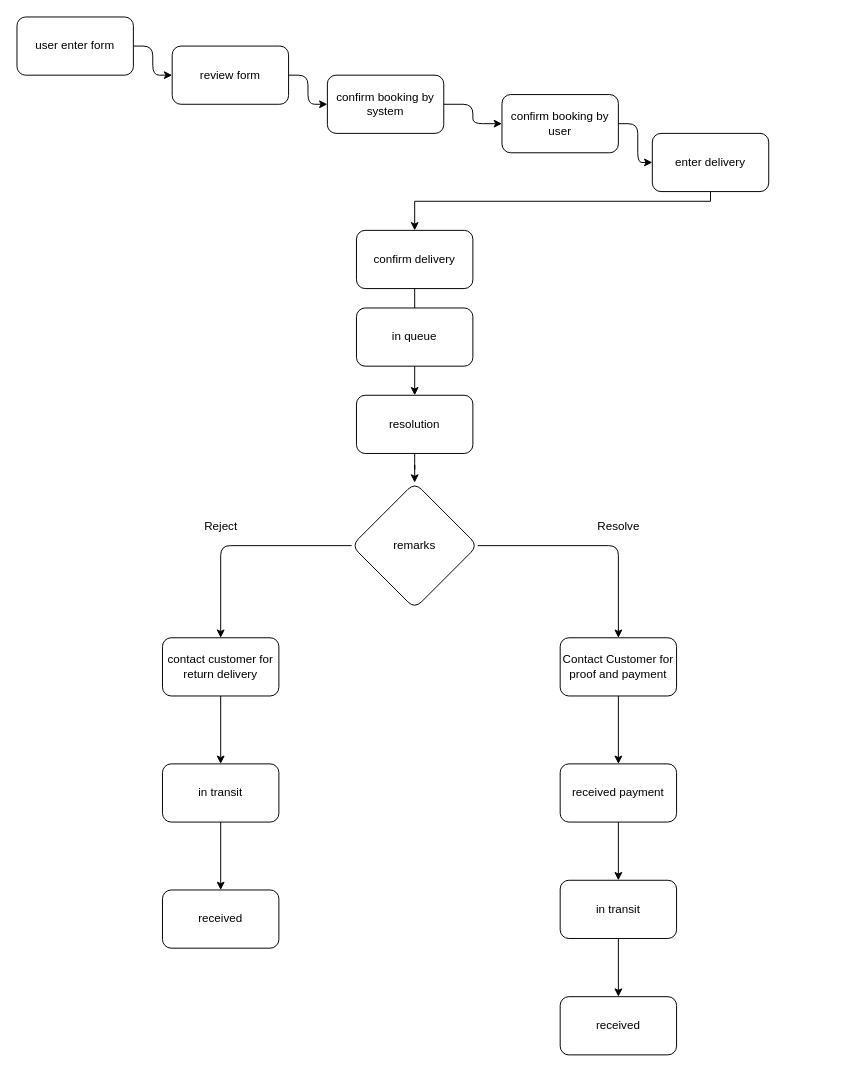
Above: customer_journey.drawio in AbdullahSafwan/gpu_saviors-be (draw.io), before the change. Source tidied: cells renumbered, new cells numbered last; positions are measured from the earlier drawing's top-left corner, leaving out a move shared by most shapes. Both pictures are drawn from the tidied source at 97%, with x=0, y=0 at pixel (16, 16).
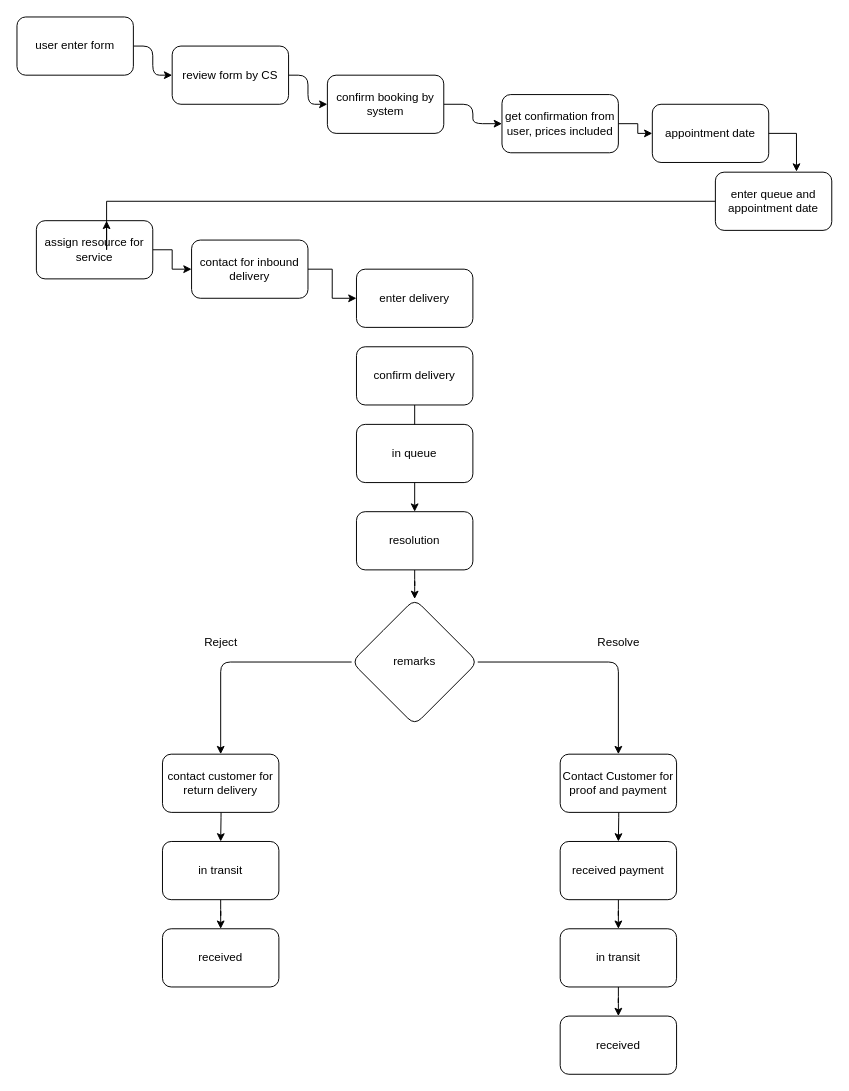
The same page after the edit.

Commit message:
updates flow diagram

Change to the diagram source:
```diff
@@
-    <mxCell id="5" value="review form" style="rounded=1;whiteSpace=wrap;html=1;labelBackgroundColor=none;" parent="1" vertex="1">
+    <mxCell id="5" value="review form by CS" style="rounded=1;whiteSpace=wrap;html=1;labelBackgroundColor=none;" parent="1" vertex="1">
       <mxGeometry x="160" y="30" width="120" height="60" as="geometry" />
     </mxCell>
@@
-    <mxCell id="8" style="edgeStyle=orthogonalEdgeStyle;rounded=1;jettySize=auto;html=1;labelBackgroundColor=none;fontColor=default;" parent="1" edge="1" source="9" target="11">
-      <mxGeometry relative="1" as="geometry" />
-    </mxCell>
+    <mxCell id="34" style="edgeStyle=orthogonalEdgeStyle;rounded=0;jettySize=auto;html=1;entryX=0;entryY=0.5;entryDx=0;entryDy=0;" parent="1" edge="1" source="9" target="36">
+      <mxGeometry relative="1" as="geometry" />
+    </mxCell>
-    <mxCell id="9" value="confirm booking by user" style="rounded=1;whiteSpace=wrap;html=1;labelBackgroundColor=none;" parent="1" vertex="1">
+    <mxCell id="9" value="get confirmation from user, prices included" style="rounded=1;whiteSpace=wrap;html=1;labelBackgroundColor=none;" parent="1" vertex="1">
       <mxGeometry x="500" y="80" width="120" height="60" as="geometry" />
     </mxCell>
-    <mxCell id="10" style="edgeStyle=orthogonalEdgeStyle;rounded=0;jettySize=auto;html=1;entryX=0.5;entryY=0;entryDx=0;entryDy=0;" parent="1" edge="1" source="11" target="13">
-      <mxGeometry relative="1" as="geometry">
-        <Array as="points">
-          <mxPoint x="715" y="190" />
-          <mxPoint x="410" y="190" />
-        </Array>
-      </mxGeometry>
-    </mxCell>
+    <mxCell id="35" style="edgeStyle=orthogonalEdgeStyle;rounded=0;jettySize=auto;html=1;" parent="1" edge="1" source="11" target="41">
+      <mxGeometry relative="1" as="geometry" />
+    </mxCell>
-    <mxCell id="11" value="enter delivery" style="rounded=1;whiteSpace=wrap;html=1;labelBackgroundColor=none;" parent="1" vertex="1">
-      <mxGeometry x="655" y="120" width="120" height="60" as="geometry" />
+    <mxCell id="11" value="contact for inbound delivery" style="rounded=1;whiteSpace=wrap;html=1;labelBackgroundColor=none;" parent="1" vertex="1">
+      <mxGeometry x="180" y="230" width="120" height="60" as="geometry" />
     </mxCell>
@@
     <mxCell id="13" value="confirm delivery" style="rounded=1;whiteSpace=wrap;html=1;labelBackgroundColor=none;" parent="1" vertex="1">
-      <mxGeometry x="350" y="220" width="120" height="60" as="geometry" />
+      <mxGeometry x="350" y="340" width="120" height="60" as="geometry" />
     </mxCell>
@@
     <mxCell id="15" value="resolution" style="rounded=1;whiteSpace=wrap;html=1;labelBackgroundColor=none;" parent="1" vertex="1">
-      <mxGeometry x="350" y="390" width="120" height="60" as="geometry" />
+      <mxGeometry x="350" y="510" width="120" height="60" as="geometry" />
     </mxCell>
-    <mxCell id="16" style="edgeStyle=orthogonalEdgeStyle;rounded=1;jettySize=auto;html=1;labelBackgroundColor=none;fontColor=default;" parent="1" edge="1" source="17" target="26">
-      <mxGeometry relative="1" as="geometry" />
+    <mxCell id="16" style="edgeStyle=orthogonalEdgeStyle;rounded=1;jettySize=auto;html=1;labelBackgroundColor=none;fontColor=default;" parent="1" edge="1" target="26">
+      <mxGeometry relative="1" as="geometry">
+        <mxPoint x="210" y="780" as="sourcePoint" />
+      </mxGeometry>
     </mxCell>
     <mxCell id="17" value="contact customer for return delivery" style="rounded=1;whiteSpace=wrap;html=1;labelBackgroundColor=none;" parent="1" vertex="1">
-      <mxGeometry x="150" y="640" width="120" height="60" as="geometry" />
+      <mxGeometry x="150" y="760" width="120" height="60" as="geometry" />
     </mxCell>
     <mxCell id="18" style="edgeStyle=orthogonalEdgeStyle;rounded=1;jettySize=auto;html=1;entryX=0.5;entryY=0;entryDx=0;entryDy=0;exitX=0;exitY=0.5;exitDx=0;exitDy=0;labelBackgroundColor=none;fontColor=default;" parent="1" edge="1" source="20" target="17">
       <mxGeometry relative="1" as="geometry">
         <Array as="points">
-          <mxPoint x="210" y="545" />
+          <mxPoint x="210" y="665" />
         </Array>
       </mxGeometry>
     </mxCell>
@@
     <mxCell id="20" value="remarks" style="rhombus;whiteSpace=wrap;html=1;labelBackgroundColor=none;rounded=1;" parent="1" vertex="1">
-      <mxGeometry x="345" y="480" width="130" height="130" as="geometry" />
+      <mxGeometry x="345" y="600" width="130" height="130" as="geometry" />
     </mxCell>
-    <mxCell id="21" style="edgeStyle=orthogonalEdgeStyle;rounded=1;jettySize=auto;html=1;labelBackgroundColor=none;fontColor=default;" parent="1" edge="1" source="22" target="29">
-      <mxGeometry relative="1" as="geometry" />
+    <mxCell id="21" style="edgeStyle=orthogonalEdgeStyle;rounded=1;jettySize=auto;html=1;labelBackgroundColor=none;fontColor=default;" parent="1" edge="1" target="29">
+      <mxGeometry relative="1" as="geometry">
+        <mxPoint x="620" y="780" as="sourcePoint" />
+      </mxGeometry>
     </mxCell>
     <mxCell id="22" value="Contact Customer for proof and payment" style="rounded=1;whiteSpace=wrap;html=1;labelBackgroundColor=none;" parent="1" vertex="1">
-      <mxGeometry x="560" y="640" width="120" height="60" as="geometry" />
+      <mxGeometry x="560" y="760" width="120" height="60" as="geometry" />
     </mxCell>
     <mxCell id="23" value="Reject" style="text;html=1;align=center;verticalAlign=middle;strokeColor=none;fillColor=none;labelBackgroundColor=none;rounded=1;" parent="1" vertex="1">
-      <mxGeometry x="180" y="510" width="60" height="30" as="geometry" />
+      <mxGeometry x="180" y="630" width="60" height="30" as="geometry" />
     </mxCell>
     <mxCell id="24" value="Resolve" style="text;html=1;align=center;verticalAlign=middle;strokeColor=none;fillColor=none;labelBackgroundColor=none;rounded=1;" parent="1" vertex="1">
-      <mxGeometry x="585" y="510" width="70" height="30" as="geometry" />
+      <mxGeometry x="585" y="630" width="70" height="30" as="geometry" />
     </mxCell>
@@
     <mxCell id="26" value="in transit" style="rounded=1;whiteSpace=wrap;html=1;labelBackgroundColor=none;" parent="1" vertex="1">
-      <mxGeometry x="150" y="770" width="120" height="60" as="geometry" />
+      <mxGeometry x="150" y="850" width="120" height="60" as="geometry" />
     </mxCell>
     <mxCell id="27" value="received" style="rounded=1;whiteSpace=wrap;html=1;labelBackgroundColor=none;" parent="1" vertex="1">
-      <mxGeometry x="150" y="900" width="120" height="60" as="geometry" />
+      <mxGeometry x="150" y="940" width="120" height="60" as="geometry" />
     </mxCell>
@@
     <mxCell id="29" value="received payment" style="rounded=1;whiteSpace=wrap;html=1;labelBackgroundColor=none;" parent="1" vertex="1">
-      <mxGeometry x="560" y="770" width="120" height="60" as="geometry" />
+      <mxGeometry x="560" y="850" width="120" height="60" as="geometry" />
     </mxCell>
@@
     <mxCell id="31" value="in transit" style="rounded=1;whiteSpace=wrap;html=1;labelBackgroundColor=none;" parent="1" vertex="1">
-      <mxGeometry x="560" y="890" width="120" height="60" as="geometry" />
+      <mxGeometry x="560" y="940" width="120" height="60" as="geometry" />
     </mxCell>
     <mxCell id="32" value="received" style="rounded=1;whiteSpace=wrap;html=1;labelBackgroundColor=none;" parent="1" vertex="1">
-      <mxGeometry x="560" y="1010" width="120" height="60" as="geometry" />
+      <mxGeometry x="560" y="1030" width="120" height="60" as="geometry" />
     </mxCell>
     <mxCell id="33" value="in queue" style="rounded=1;whiteSpace=wrap;html=1;labelBackgroundColor=none;" parent="1" vertex="1">
-      <mxGeometry x="350" y="300" width="120" height="60" as="geometry" />
+      <mxGeometry x="350" y="420" width="120" height="60" as="geometry" />
     </mxCell>
+    <mxCell id="36" value="appointment date" style="rounded=1;whiteSpace=wrap;html=1;labelBackgroundColor=none;" parent="1" vertex="1">
+      <mxGeometry x="655" y="90" width="120" height="60" as="geometry" />
+    </mxCell>
+    <mxCell id="37" value="enter queue and appoi&lt;span style=&quot;background-color: initial;&quot;&gt;ntment date&lt;/span&gt;" style="rounded=1;whiteSpace=wrap;html=1;labelBackgroundColor=none;" parent="1" vertex="1">
+      <mxGeometry x="720" y="160" width="120" height="60" as="geometry" />
+    </mxCell>
+    <mxCell id="38" style="edgeStyle=orthogonalEdgeStyle;rounded=0;jettySize=auto;html=1;entryX=0.697;entryY=-0.01;entryDx=0;entryDy=0;entryPerimeter=0;exitX=1;exitY=0.5;exitDx=0;exitDy=0;" parent="1" edge="1" source="36" target="37">
+      <mxGeometry relative="1" as="geometry" />
+    </mxCell>
+    <mxCell id="39" style="edgeStyle=orthogonalEdgeStyle;rounded=0;jettySize=auto;html=1;exitX=1;exitY=0.5;exitDx=0;exitDy=0;" parent="1" edge="1" source="40" target="11">
+      <mxGeometry relative="1" as="geometry" />
+    </mxCell>
+    <mxCell id="40" value="assign resource for service" style="rounded=1;whiteSpace=wrap;html=1;labelBackgroundColor=none;" parent="1" vertex="1">
+      <mxGeometry x="20" y="210" width="120" height="60" as="geometry" />
+    </mxCell>
+    <mxCell id="41" value="enter delivery" style="rounded=1;whiteSpace=wrap;html=1;labelBackgroundColor=none;" parent="1" vertex="1">
+      <mxGeometry x="350" y="260" width="120" height="60" as="geometry" />
+    </mxCell>
+    <mxCell id="42" style="edgeStyle=orthogonalEdgeStyle;rounded=0;jettySize=auto;html=1;entryX=0.603;entryY=0.003;entryDx=0;entryDy=0;entryPerimeter=0;" parent="1" edge="1" source="37" target="40">
+      <mxGeometry relative="1" as="geometry" />
+    </mxCell>
```
